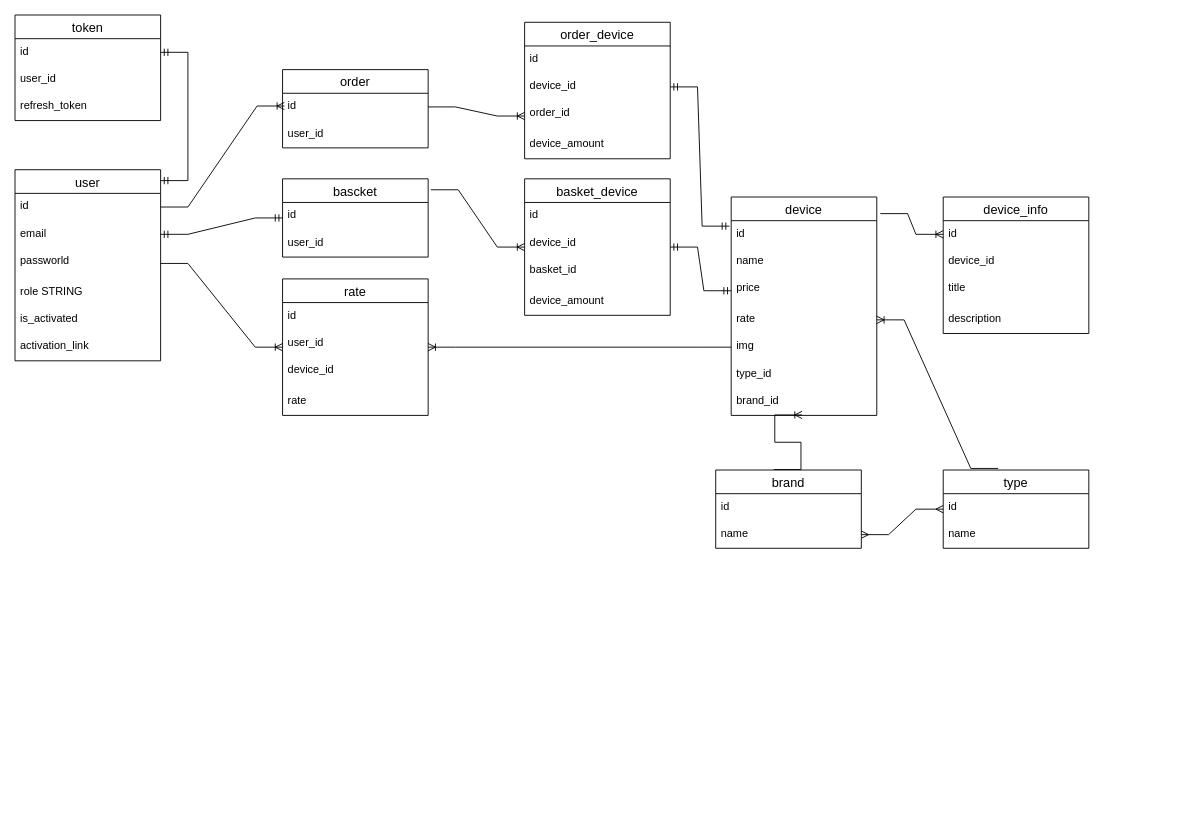
Before: server/models/db_diagram.drawio in zaxel/react_simple_shop, a draw.io diagram. Source tidied: cells renumbered, new cells numbered last; positions are measured from the earlier drawing's top-left corner, leaving out a move shared by most shapes. Both pictures are drawn from the tidied source at 91%, with x=0, y=0 at pixel (15, 15).
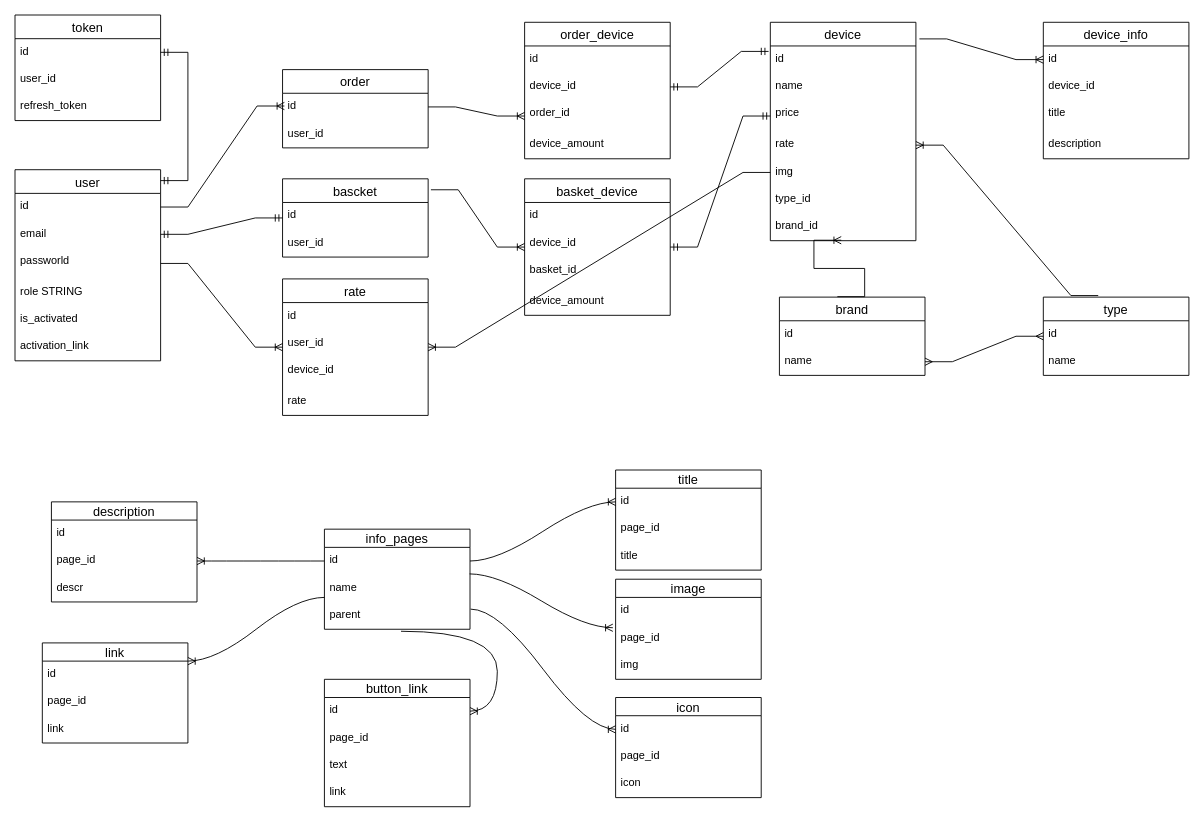
The same diagram, later.

Commit message:
add simple info pages db diagram

Change to the diagram source:
```diff
@@
     <mxCell id="13" value="device" style="swimlane;fontStyle=0;horizontal=1;startSize=26;align=center;fontSize=14;" parent="1" vertex="1">
-      <mxGeometry x="787" y="200" width="160" height="240" as="geometry" />
+      <mxGeometry x="830" y="8" width="160" height="240" as="geometry" />
     </mxCell>
@@
     <mxCell id="21" value="type" style="swimlane;fontStyle=0;horizontal=1;startSize=26;align=center;fontSize=14;" parent="1" vertex="1">
-      <mxGeometry x="1020" y="500" width="160" height="86" as="geometry" />
+      <mxGeometry x="1130" y="310" width="160" height="86" as="geometry" />
     </mxCell>
@@
     <mxCell id="24" value="brand" style="swimlane;fontStyle=0;horizontal=1;startSize=26;align=center;fontSize=14;" parent="1" vertex="1">
-      <mxGeometry x="770" y="500" width="160" height="86" as="geometry" />
+      <mxGeometry x="840" y="310" width="160" height="86" as="geometry" />
     </mxCell>
@@
     <mxCell id="30" value="device_info" style="swimlane;fontStyle=0;horizontal=1;startSize=26;align=center;fontSize=14;" parent="1" vertex="1">
-      <mxGeometry x="1020" y="200" width="160" height="150" as="geometry" />
+      <mxGeometry x="1130" y="8" width="160" height="150" as="geometry" />
     </mxCell>
@@
+    <mxCell id="66" value="info_pages" style="swimlane;fontStyle=0;horizontal=1;startSize=20;align=center;fontSize=14;" parent="1" vertex="1">
+      <mxGeometry x="340" y="565" width="160" height="110" as="geometry" />
+    </mxCell>
+    <mxCell id="67" value="id" style="text;strokeColor=none;fillColor=none;spacingLeft=4;spacingRight=4;overflow=hidden;points=[[0,0.5],[1,0.5]];portConstraint=eastwest;fontSize=12;" parent="66" vertex="1">
+      <mxGeometry y="20" width="160" height="30" as="geometry" />
+    </mxCell>
+    <mxCell id="68" value="name" style="text;strokeColor=none;fillColor=none;spacingLeft=4;spacingRight=4;overflow=hidden;points=[[0,0.5],[1,0.5]];portConstraint=eastwest;fontSize=12;" parent="66" vertex="1">
+      <mxGeometry y="50" width="160" height="30" as="geometry" />
+    </mxCell>
+    <mxCell id="69" value="parent" style="text;strokeColor=none;fillColor=none;spacingLeft=4;spacingRight=4;overflow=hidden;points=[[0,0.5],[1,0.5]];portConstraint=eastwest;fontSize=12;" parent="66" vertex="1">
+      <mxGeometry y="80" width="160" height="30" as="geometry" />
+    </mxCell>
+    <mxCell id="70" value="button_link" style="swimlane;fontStyle=0;horizontal=1;startSize=20;align=center;fontSize=14;" parent="1" vertex="1">
+      <mxGeometry x="340" y="730" width="160" height="140" as="geometry" />
+    </mxCell>
+    <mxCell id="71" value="id" style="text;strokeColor=none;fillColor=none;spacingLeft=4;spacingRight=4;overflow=hidden;points=[[0,0.5],[1,0.5]];portConstraint=eastwest;fontSize=12;" parent="70" vertex="1">
+      <mxGeometry y="20" width="160" height="30" as="geometry" />
+    </mxCell>
+    <mxCell id="72" value="page_id" style="text;strokeColor=none;fillColor=none;spacingLeft=4;spacingRight=4;overflow=hidden;fontSize=12;" parent="70" vertex="1">
+      <mxGeometry y="50" width="160" height="30" as="geometry" />
+    </mxCell>
+    <mxCell id="73" value="text" style="text;strokeColor=none;fillColor=none;spacingLeft=4;spacingRight=4;overflow=hidden;fontSize=12;" parent="70" vertex="1">
+      <mxGeometry y="80" width="160" height="30" as="geometry" />
+    </mxCell>
+    <mxCell id="74" value="link" style="text;strokeColor=none;fillColor=none;spacingLeft=4;spacingRight=4;overflow=hidden;fontSize=12;" parent="70" vertex="1">
+      <mxGeometry y="110" width="160" height="30" as="geometry" />
+    </mxCell>
+    <mxCell id="75" value="title" style="swimlane;fontStyle=0;horizontal=1;startSize=20;align=center;fontSize=14;" parent="1" vertex="1">
+      <mxGeometry x="660" y="500" width="160" height="110" as="geometry" />
+    </mxCell>
+    <mxCell id="76" value="id" style="text;strokeColor=none;fillColor=none;spacingLeft=4;spacingRight=4;overflow=hidden;points=[[0,0.5],[1,0.5]];portConstraint=eastwest;fontSize=12;" parent="75" vertex="1">
+      <mxGeometry y="20" width="160" height="30" as="geometry" />
+    </mxCell>
+    <mxCell id="77" value="page_id" style="text;strokeColor=none;fillColor=none;spacingLeft=4;spacingRight=4;overflow=hidden;fontSize=12;" parent="75" vertex="1">
+      <mxGeometry y="50" width="160" height="30" as="geometry" />
+    </mxCell>
+    <mxCell id="78" value="title" style="text;strokeColor=none;fillColor=none;spacingLeft=4;spacingRight=4;overflow=hidden;fontSize=12;" parent="75" vertex="1">
+      <mxGeometry y="80" width="160" height="30" as="geometry" />
+    </mxCell>
+    <mxCell id="79" value="description" style="swimlane;fontStyle=0;horizontal=1;startSize=20;align=center;fontSize=14;" parent="1" vertex="1">
+      <mxGeometry x="40" y="535" width="160" height="110" as="geometry" />
+    </mxCell>
+    <mxCell id="80" value="id" style="text;strokeColor=none;fillColor=none;spacingLeft=4;spacingRight=4;overflow=hidden;fontSize=12;" parent="79" vertex="1">
+      <mxGeometry y="20" width="160" height="30" as="geometry" />
+    </mxCell>
+    <mxCell id="81" value="page_id" style="text;strokeColor=none;fillColor=none;spacingLeft=4;spacingRight=4;overflow=hidden;points=[[0,0.5],[1,0.5]];portConstraint=eastwest;fontSize=12;" parent="79" vertex="1">
+      <mxGeometry y="50" width="160" height="30" as="geometry" />
+    </mxCell>
+    <mxCell id="82" value="descr" style="text;strokeColor=none;fillColor=none;spacingLeft=4;spacingRight=4;overflow=hidden;fontSize=12;" parent="79" vertex="1">
+      <mxGeometry y="80" width="160" height="30" as="geometry" />
+    </mxCell>
+    <mxCell id="83" value="image" style="swimlane;fontStyle=0;horizontal=1;startSize=20;align=center;fontSize=14;" parent="1" vertex="1">
+      <mxGeometry x="660" y="620" width="160" height="110" as="geometry" />
+    </mxCell>
+    <mxCell id="84" value="id" style="text;strokeColor=none;fillColor=none;spacingLeft=4;spacingRight=4;overflow=hidden;fontSize=12;" parent="83" vertex="1">
+      <mxGeometry y="20" width="160" height="30" as="geometry" />
+    </mxCell>
+    <mxCell id="85" value="page_id" style="text;strokeColor=none;fillColor=none;spacingLeft=4;spacingRight=4;overflow=hidden;points=[[0,0.5],[1,0.5]];portConstraint=eastwest;fontSize=12;" parent="83" vertex="1">
+      <mxGeometry y="50" width="160" height="30" as="geometry" />
+    </mxCell>
+    <mxCell id="86" value="img" style="text;strokeColor=none;fillColor=none;spacingLeft=4;spacingRight=4;overflow=hidden;fontSize=12;" parent="83" vertex="1">
+      <mxGeometry y="80" width="160" height="30" as="geometry" />
+    </mxCell>
+    <mxCell id="87" value="link" style="swimlane;fontStyle=0;horizontal=1;startSize=20;align=center;fontSize=14;" parent="1" vertex="1">
+      <mxGeometry x="30" y="690" width="160" height="110" as="geometry" />
+    </mxCell>
+    <mxCell id="88" value="id" style="text;strokeColor=none;fillColor=none;spacingLeft=4;spacingRight=4;overflow=hidden;points=[[0,0.5],[1,0.5]];portConstraint=eastwest;fontSize=12;" parent="87" vertex="1">
+      <mxGeometry y="20" width="160" height="30" as="geometry" />
+    </mxCell>
+    <mxCell id="89" value="page_id" style="text;strokeColor=none;fillColor=none;spacingLeft=4;spacingRight=4;overflow=hidden;fontSize=12;" parent="87" vertex="1">
+      <mxGeometry y="50" width="160" height="30" as="geometry" />
+    </mxCell>
+    <mxCell id="90" value="link" style="text;strokeColor=none;fillColor=none;spacingLeft=4;spacingRight=4;overflow=hidden;fontSize=12;" parent="87" vertex="1">
+      <mxGeometry y="80" width="160" height="30" as="geometry" />
+    </mxCell>
+    <mxCell id="91" style="edgeStyle=entityRelationEdgeStyle;fontSize=12;html=1;endArrow=ERoneToMany;rounded=0;curved=1;exitX=0;exitY=-0.167;exitDx=0;exitDy=0;entryX=1;entryY=0;entryDx=0;entryDy=0;exitPerimeter=0;entryPerimeter=0;" parent="1" edge="1" source="69" target="88">
+      <mxGeometry relative="1" as="geometry" />
+    </mxCell>
+    <mxCell id="92" style="edgeStyle=entityRelationEdgeStyle;fontSize=12;html=1;endArrow=ERoneToMany;rounded=0;curved=1;exitX=1;exitY=0.5;exitDx=0;exitDy=0;entryX=0;entryY=0.5;entryDx=0;entryDy=0;" parent="1" edge="1" source="67" target="76">
+      <mxGeometry relative="1" as="geometry" />
+    </mxCell>
+    <mxCell id="93" style="edgeStyle=entityRelationEdgeStyle;fontSize=12;html=1;endArrow=ERoneToMany;rounded=0;curved=1;entryX=1;entryY=0.5;entryDx=0;entryDy=0;exitX=0;exitY=0.5;exitDx=0;exitDy=0;" parent="1" edge="1" source="67" target="81">
+      <mxGeometry relative="1" as="geometry" />
+    </mxCell>
+    <mxCell id="94" style="edgeStyle=entityRelationEdgeStyle;fontSize=12;html=1;endArrow=ERoneToMany;rounded=0;curved=1;exitX=0.526;exitY=1.073;exitDx=0;exitDy=0;exitPerimeter=0;" parent="1" edge="1" source="69" target="71">
+      <mxGeometry relative="1" as="geometry" />
+    </mxCell>
+    <mxCell id="95" style="edgeStyle=entityRelationEdgeStyle;fontSize=12;html=1;endArrow=ERoneToMany;rounded=0;curved=1;exitX=0.997;exitY=-0.028;exitDx=0;exitDy=0;entryX=-0.019;entryY=0.111;entryDx=0;entryDy=0;exitPerimeter=0;entryPerimeter=0;" parent="1" edge="1" source="68" target="85">
+      <mxGeometry relative="1" as="geometry" />
+    </mxCell>
+    <mxCell id="96" value="icon" style="swimlane;fontStyle=0;horizontal=1;startSize=20;align=center;fontSize=14;" parent="1" vertex="1">
+      <mxGeometry x="660" y="750" width="160" height="110" as="geometry" />
+    </mxCell>
+    <mxCell id="97" value="id" style="text;strokeColor=none;fillColor=none;spacingLeft=4;spacingRight=4;overflow=hidden;points=[[0,0.5],[1,0.5]];portConstraint=eastwest;fontSize=12;" parent="96" vertex="1">
+      <mxGeometry y="20" width="160" height="30" as="geometry" />
+    </mxCell>
+    <mxCell id="98" value="page_id" style="text;strokeColor=none;fillColor=none;spacingLeft=4;spacingRight=4;overflow=hidden;fontSize=12;" parent="96" vertex="1">
+      <mxGeometry y="50" width="160" height="30" as="geometry" />
+    </mxCell>
+    <mxCell id="99" value="icon" style="text;strokeColor=none;fillColor=none;spacingLeft=4;spacingRight=4;overflow=hidden;fontSize=12;" parent="96" vertex="1">
+      <mxGeometry y="80" width="160" height="30" as="geometry" />
+    </mxCell>
+    <mxCell id="100" style="edgeStyle=entityRelationEdgeStyle;fontSize=12;html=1;endArrow=ERoneToMany;rounded=0;curved=1;exitX=1.004;exitY=0.262;exitDx=0;exitDy=0;exitPerimeter=0;" parent="1" edge="1" source="69" target="97">
+      <mxGeometry relative="1" as="geometry" />
+    </mxCell>
```
